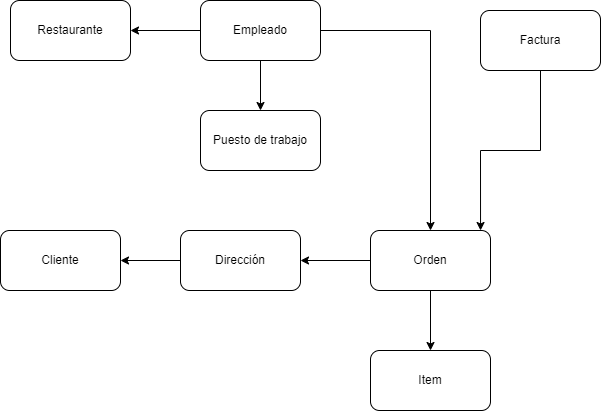
Earlier version of the draw.io export Proyecto2/img/mod_con.png (OsmarPSantizo/Bases1_201801619). Source tidied: cells renumbered, new cells last; positions are measured from the earlier drawing's top-left corner, leaving out a move shared by most shapes.
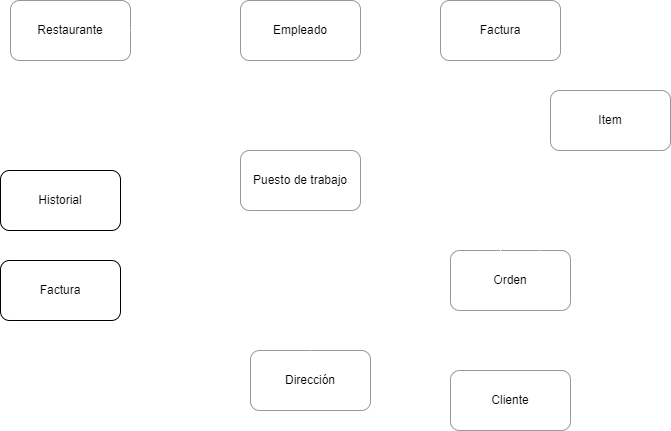
Later version of the same file.

What changed in the source:
```diff
@@ -2,50 +2,58 @@
   <root>
     <mxCell id="0" />
     <mxCell id="1" parent="0" />
-    <mxCell id="2" value="Restaurante" style="rounded=1;whiteSpace=wrap;html=1;" parent="1" vertex="1">
-      <mxGeometry x="10" width="120" height="60" as="geometry" />
+    <mxCell id="2" value="Restaurante" style="rounded=1;whiteSpace=wrap;html=1;strokeColor=#999999;" parent="1" vertex="1">
+      <mxGeometry x="-70" y="-50" width="120" height="60" as="geometry" />
     </mxCell>
-    <mxCell id="3" style="edgeStyle=orthogonalEdgeStyle;rounded=0;jettySize=auto;html=1;" parent="1" edge="1" source="6" target="7">
+    <mxCell id="3" style="edgeStyle=orthogonalEdgeStyle;rounded=0;jettySize=auto;html=1;strokeColor=#FFFFFF;endArrow=none;endFill=0;startArrow=classic;startFill=1;" parent="1" edge="1" source="6" target="7">
       <mxGeometry relative="1" as="geometry" />
     </mxCell>
-    <mxCell id="4" style="edgeStyle=orthogonalEdgeStyle;rounded=0;jettySize=auto;html=1;entryX=1;entryY=0.5;entryDx=0;entryDy=0;" parent="1" edge="1" source="6" target="2">
+    <mxCell id="4" style="edgeStyle=orthogonalEdgeStyle;rounded=0;jettySize=auto;html=1;entryX=1;entryY=0.5;entryDx=0;entryDy=0;strokeColor=#FFFFFF;endArrow=none;endFill=0;startArrow=classic;startFill=1;" parent="1" edge="1" source="6" target="2">
       <mxGeometry relative="1" as="geometry" />
     </mxCell>
-    <mxCell id="5" style="edgeStyle=orthogonalEdgeStyle;rounded=0;jettySize=auto;html=1;entryX=0.5;entryY=0;entryDx=0;entryDy=0;" parent="1" edge="1" source="6" target="13">
+    <mxCell id="5" style="edgeStyle=orthogonalEdgeStyle;rounded=0;jettySize=auto;html=1;entryX=0.183;entryY=-0.05;entryDx=0;entryDy=0;strokeColor=#FFFFFF;entryPerimeter=0;" parent="1" edge="1" source="6" target="13">
       <mxGeometry relative="1" as="geometry" />
     </mxCell>
-    <mxCell id="6" value="Empleado" style="rounded=1;whiteSpace=wrap;html=1;" parent="1" vertex="1">
-      <mxGeometry x="200" width="120" height="60" as="geometry" />
+    <mxCell id="6" value="Empleado" style="rounded=1;whiteSpace=wrap;html=1;strokeColor=#999999;" parent="1" vertex="1">
+      <mxGeometry x="160" y="-50" width="120" height="60" as="geometry" />
     </mxCell>
-    <mxCell id="7" value="Puesto de trabajo" style="rounded=1;whiteSpace=wrap;html=1;" parent="1" vertex="1">
-      <mxGeometry x="200" y="110" width="120" height="60" as="geometry" />
+    <mxCell id="7" value="Puesto de trabajo" style="rounded=1;whiteSpace=wrap;html=1;strokeColor=#999999;" parent="1" vertex="1">
+      <mxGeometry x="160" y="100" width="120" height="60" as="geometry" />
     </mxCell>
+    <mxCell id="17" style="edgeStyle=orthogonalEdgeStyle;rounded=0;jettySize=auto;html=1;strokeColor=#FFFFFF;" parent="1" edge="1" source="8" target="13">
+      <mxGeometry relative="1" as="geometry" />
+    </mxCell>
-    <mxCell id="8" value="Cliente" style="rounded=1;whiteSpace=wrap;html=1;" parent="1" vertex="1">
-      <mxGeometry y="230" width="120" height="60" as="geometry" />
+    <mxCell id="8" value="Cliente" style="rounded=1;whiteSpace=wrap;html=1;strokeColor=#999999;" parent="1" vertex="1">
+      <mxGeometry x="370" y="320" width="120" height="60" as="geometry" />
     </mxCell>
-    <mxCell id="9" style="edgeStyle=orthogonalEdgeStyle;rounded=0;jettySize=auto;html=1;" parent="1" edge="1" source="10" target="8">
-      <mxGeometry relative="1" as="geometry" />
-    </mxCell>
-    <mxCell id="10" value="Dirección" style="rounded=1;whiteSpace=wrap;html=1;" parent="1" vertex="1">
-      <mxGeometry x="180" y="230" width="120" height="60" as="geometry" />
+    <mxCell id="10" value="Dirección" style="rounded=1;whiteSpace=wrap;html=1;strokeColor=#999999;" parent="1" vertex="1">
+      <mxGeometry x="170" y="300" width="120" height="60" as="geometry" />
     </mxCell>
-    <mxCell id="11" style="edgeStyle=orthogonalEdgeStyle;rounded=0;jettySize=auto;html=1;" parent="1" edge="1" source="13" target="14">
-      <mxGeometry relative="1" as="geometry" />
-    </mxCell>
-    <mxCell id="12" style="edgeStyle=orthogonalEdgeStyle;rounded=0;jettySize=auto;html=1;entryX=1;entryY=0.5;entryDx=0;entryDy=0;" parent="1" edge="1" source="13" target="10">
+    <mxCell id="12" style="edgeStyle=orthogonalEdgeStyle;rounded=0;jettySize=auto;html=1;strokeColor=#FFFFFF;exitX=0;exitY=0.5;exitDx=0;exitDy=0;endArrow=none;endFill=0;startArrow=classic;startFill=1;entryX=0.5;entryY=0;entryDx=0;entryDy=0;" parent="1" edge="1" source="13" target="10">
       <mxGeometry relative="1" as="geometry" />
     </mxCell>
-    <mxCell id="13" value="Orden" style="rounded=1;whiteSpace=wrap;html=1;" parent="1" vertex="1">
-      <mxGeometry x="370" y="230" width="120" height="60" as="geometry" />
+    <mxCell id="13" value="Orden" style="rounded=1;whiteSpace=wrap;html=1;strokeColor=#999999;" parent="1" vertex="1">
+      <mxGeometry x="370" y="200" width="120" height="60" as="geometry" />
     </mxCell>
+    <mxCell id="18" style="edgeStyle=orthogonalEdgeStyle;rounded=0;jettySize=auto;html=1;entryX=0.75;entryY=0;entryDx=0;entryDy=0;strokeColor=#FFFFFF;endArrow=none;endFill=0;startArrow=classic;startFill=1;" parent="1" edge="1" source="14" target="13">
+      <mxGeometry relative="1" as="geometry" />
+    </mxCell>
-    <mxCell id="14" value="Item" style="rounded=1;whiteSpace=wrap;html=1;" parent="1" vertex="1">
-      <mxGeometry x="370" y="350" width="120" height="60" as="geometry" />
+    <mxCell id="14" value="Item" style="rounded=1;whiteSpace=wrap;html=1;strokeColor=#999999;" parent="1" vertex="1">
+      <mxGeometry x="470" y="40" width="120" height="60" as="geometry" />
     </mxCell>
-    <mxCell id="15" style="edgeStyle=orthogonalEdgeStyle;rounded=0;jettySize=auto;html=1;entryX=0.917;entryY=0;entryDx=0;entryDy=0;entryPerimeter=0;" parent="1" edge="1" source="16" target="13">
-      <mxGeometry relative="1" as="geometry" />
+    <mxCell id="15" style="edgeStyle=orthogonalEdgeStyle;rounded=0;jettySize=auto;html=1;strokeColor=#FFFFFF;endArrow=none;endFill=0;startArrow=classic;startFill=1;" parent="1" edge="1" source="16">
+      <mxGeometry relative="1" as="geometry">
+        <mxPoint x="420" y="230" as="targetPoint" />
+      </mxGeometry>
     </mxCell>
-    <mxCell id="16" value="Factura" style="rounded=1;whiteSpace=wrap;html=1;" parent="1" vertex="1">
-      <mxGeometry x="480" y="10" width="120" height="60" as="geometry" />
+    <mxCell id="16" value="Factura" style="rounded=1;whiteSpace=wrap;html=1;strokeColor=#999999;" parent="1" vertex="1">
+      <mxGeometry x="360" y="-50" width="120" height="60" as="geometry" />
     </mxCell>
+    <mxCell id="19" value="Historial" style="rounded=1;whiteSpace=wrap;html=1;" parent="1" vertex="1">
+      <mxGeometry x="-80" y="120" width="120" height="60" as="geometry" />
+    </mxCell>
+    <mxCell id="20" value="Factura" style="rounded=1;whiteSpace=wrap;html=1;" parent="1" vertex="1">
+      <mxGeometry x="-80" y="210" width="120" height="60" as="geometry" />
+    </mxCell>
   </root>
 </mxGraphModel>
```
